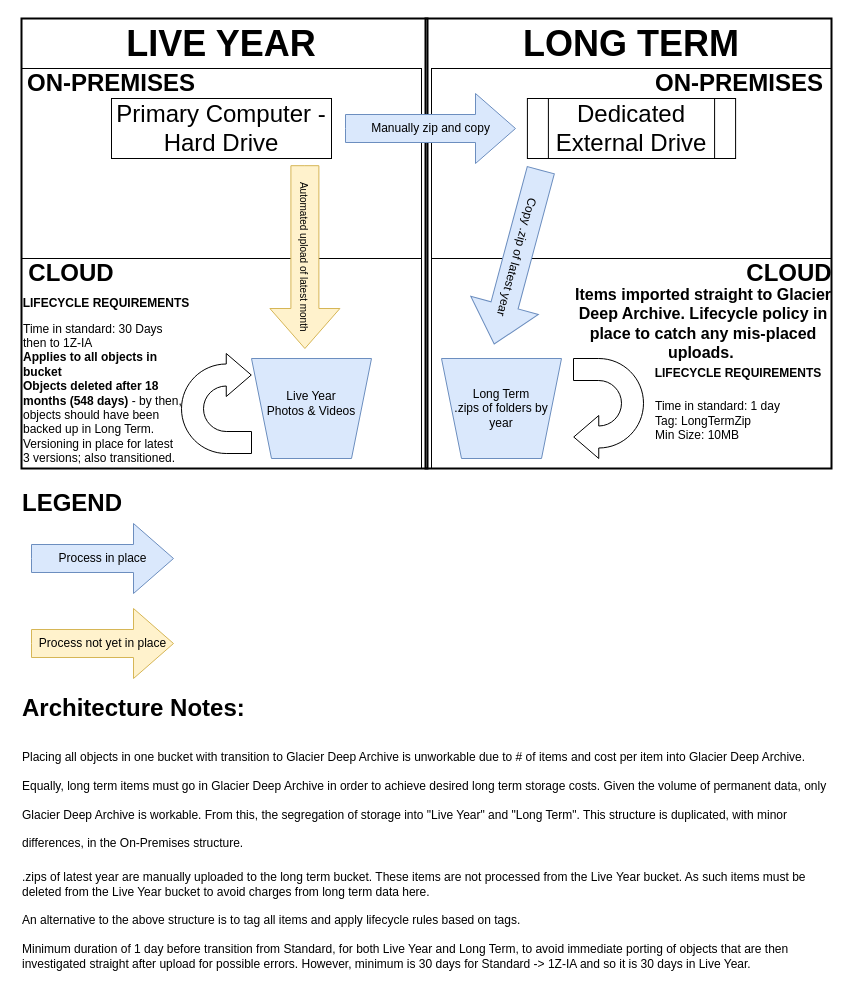
Earlier version of the draw.io diagram S3_Backup_Structure.drawio (ancollis757/generaltools). Source tidied: cells renumbered, new cells numbered last; positions are measured from the earlier drawing's top-left corner, leaving out a move shared by most shapes. Both pictures are drawn from the tidied source at 100%, with x=0, y=0 at pixel (17, 18).
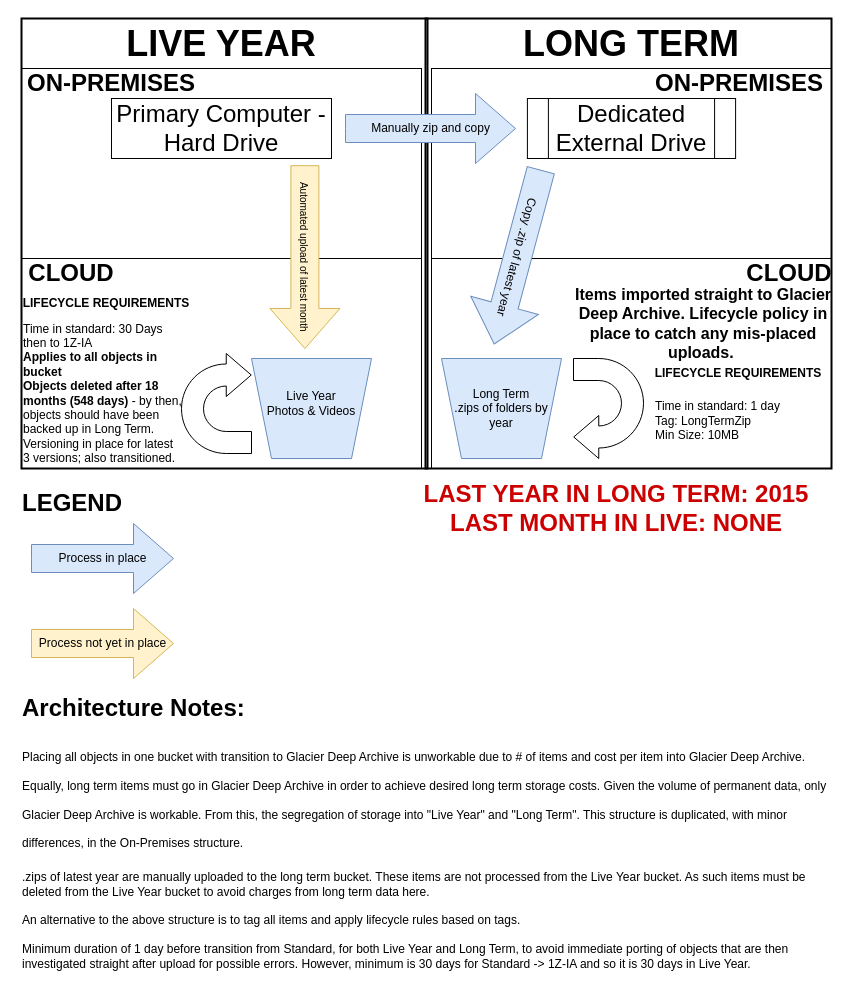
After the change.

Change to the diagram source:
```diff
@@
+    <mxCell id="34" value="LAST YEAR IN LONG TERM: 2015&lt;br&gt;LAST MONTH IN LIVE: NONE" style="text;html=1;strokeColor=none;fillColor=none;align=center;verticalAlign=middle;whiteSpace=wrap;rounded=0;fontSize=24;fontStyle=1;fontColor=#CC0000;" parent="1" vertex="1">
+      <mxGeometry x="386" y="475" width="426" height="30" as="geometry" />
+    </mxCell>
```
